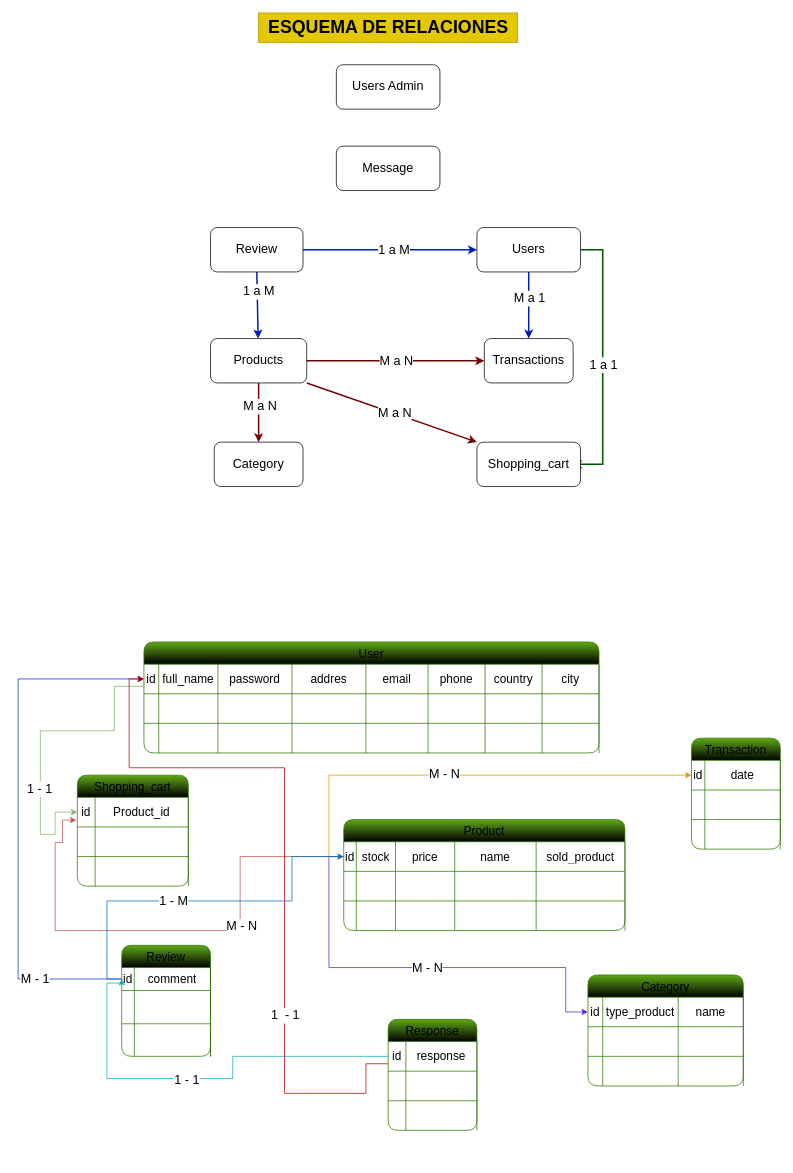
Before: NORMALIZACION Y MODELADO-DB.drawio in nestornovella/Plantilla-E-commerce, a draw.io diagram. Source tidied: cells renumbered, new cells numbered last; positions are measured from the earlier drawing's top-left corner, leaving out a move shared by most shapes. Both pictures are drawn from the tidied source at 74%, with x=0, y=0 at pixel (18, 13).
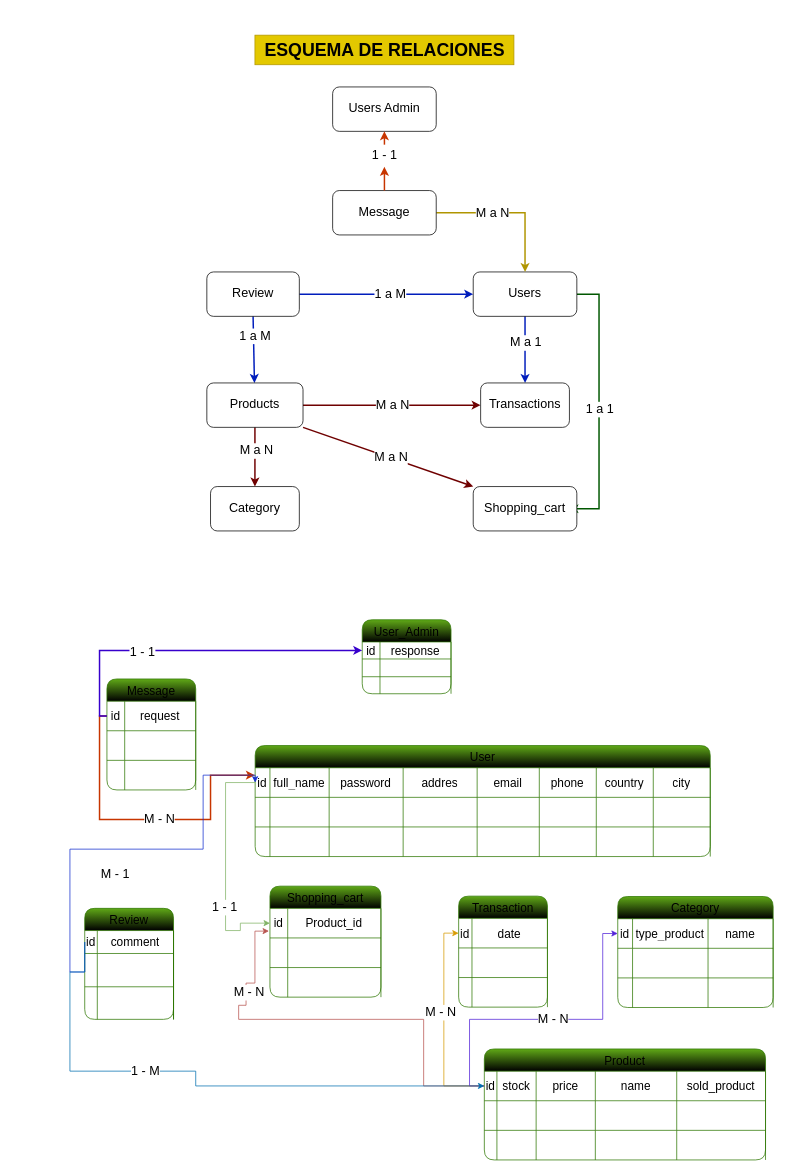
The same diagram, later.

Unchanged cells that the change refers to:
```xml
<mxCell id="3" style="shape=tableRow;horizontal=0;startSize=0;swimlaneHead=0;swimlaneBody=0;strokeColor=inherit;top=0;left=0;bottom=0;right=0;fillColor=none;points=[[0,0.5],[1,0.5]];portConstraint=eastwest;fontSize=16;" parent="2" vertex="1">
  <mxGeometry y="30" width="615" height="40" as="geometry" />
</mxCell>
<mxCell id="32" style="shape=tableRow;horizontal=0;startSize=0;swimlaneHead=0;swimlaneBody=0;strokeColor=inherit;top=0;left=0;bottom=0;right=0;fillColor=none;points=[[0,0.5],[1,0.5]];portConstraint=eastwest;fontSize=16;" parent="31" vertex="1">
  <mxGeometry y="30" width="380" height="40" as="geometry" />
</mxCell>
<mxCell id="52" style="shape=tableRow;horizontal=0;startSize=0;swimlaneHead=0;swimlaneBody=0;strokeColor=inherit;top=0;left=0;bottom=0;right=0;fillColor=none;points=[[0,0.5],[1,0.5]];portConstraint=eastwest;fontSize=16;" parent="51" vertex="1">
  <mxGeometry y="30" width="210" height="40" as="geometry" />
</mxCell>
<mxCell id="66" style="shape=tableRow;horizontal=0;startSize=0;swimlaneHead=0;swimlaneBody=0;strokeColor=inherit;top=0;left=0;bottom=0;right=0;fillColor=none;points=[[0,0.5],[1,0.5]];portConstraint=eastwest;fontSize=16;" parent="65" vertex="1">
  <mxGeometry y="30" width="150" height="40" as="geometry" />
</mxCell>
<mxCell id="98" style="shape=tableRow;horizontal=0;startSize=0;swimlaneHead=0;swimlaneBody=0;strokeColor=inherit;top=0;left=0;bottom=0;right=0;fillColor=none;points=[[0,0.5],[1,0.5]];portConstraint=eastwest;fontSize=16;" parent="97" vertex="1">
  <mxGeometry y="30" width="120" height="31" as="geometry" />
</mxCell>
<mxCell id="126" style="shape=tableRow;horizontal=0;startSize=0;swimlaneHead=0;swimlaneBody=0;strokeColor=inherit;top=0;left=0;bottom=0;right=0;fillColor=none;points=[[0,0.5],[1,0.5]];portConstraint=eastwest;fontSize=16;" parent="125" vertex="1">
  <mxGeometry y="30" width="120" height="40" as="geometry" />
</mxCell>
<mxCell id="140" style="edgeStyle=orthogonalEdgeStyle;rounded=0;jettySize=auto;html=1;exitX=0;exitY=0.5;exitDx=0;exitDy=0;entryX=0;entryY=0.5;entryDx=0;entryDy=0;fillColor=#ffe6cc;strokeColor=#d79b00;" parent="1" edge="1" source="32" target="115">
  <mxGeometry relative="1" as="geometry" />
</mxCell>
```

Diff of the diagram source:
```diff
@@
     <mxCell id="2" value="User" style="shape=table;startSize=30;childLayout=tableLayout;strokeColor=#2D7600;fontSize=16;fillColor=#60a917;fontColor=#000000;gradientColor=default;rounded=1;" parent="1" vertex="1">
-      <mxGeometry x="170" y="850" width="615" height="150" as="geometry" />
+      <mxGeometry x="320.3" y="990" width="615" height="150" as="geometry" />
     </mxCell>
@@
     <mxCell id="31" value="Product" style="shape=table;startSize=30;childLayout=tableLayout;strokeColor=#2D7600;fontSize=16;fillColor=#60a917;fontColor=#000000;rounded=1;gradientColor=default;" parent="1" vertex="1">
-      <mxGeometry x="440" y="1090" width="380" height="150" as="geometry" />
+      <mxGeometry x="630" y="1400" width="380" height="150" as="geometry" />
     </mxCell>
@@
     <mxCell id="51" value="Category" style="shape=table;startSize=30;childLayout=tableLayout;strokeColor=#2D7600;fontSize=16;fillColor=#60a917;fontColor=#000000;rounded=1;gradientColor=default;" parent="1" vertex="1">
-      <mxGeometry x="770" y="1300" width="210" height="150" as="geometry" />
+      <mxGeometry x="810.3" y="1194" width="210" height="150" as="geometry" />
     </mxCell>
@@
     <mxCell id="65" value="Shopping_cart" style="shape=table;startSize=30;childLayout=tableLayout;strokeColor=#2D7600;fontSize=16;fillColor=#60a917;fontColor=#000000;rounded=1;gradientColor=default;" parent="1" vertex="1">
-      <mxGeometry x="80" y="1030" width="150" height="150" as="geometry" />
+      <mxGeometry x="340.3" y="1180" width="150" height="150" as="geometry" />
     </mxCell>
@@
     <mxCell id="78" style="edgeStyle=none;rounded=0;jettySize=auto;html=1;exitX=1;exitY=0.5;exitDx=0;exitDy=0;fillColor=#008a00;strokeColor=#005700;strokeWidth=2;entryX=1;entryY=0.5;entryDx=0;entryDy=0;entryPerimeter=0;" parent="1" edge="1" source="80">
       <mxGeometry relative="1" as="geometry">
-        <mxPoint x="750" y="610" as="targetPoint" />
+        <mxPoint x="745" y="670" as="targetPoint" />
         <Array as="points">
-          <mxPoint x="790" y="320" />
-          <mxPoint x="790" y="480" />
-          <mxPoint x="790" y="610" />
+          <mxPoint x="785" y="380" />
+          <mxPoint x="785" y="540" />
+          <mxPoint x="785" y="670" />
         </Array>
       </mxGeometry>
     </mxCell>
@@
     <mxCell id="80" value="&lt;font style=&quot;font-size: 17px;&quot;&gt;Users&lt;/font&gt;" style="rounded=1;whiteSpace=wrap;html=1;" parent="1" vertex="1">
-      <mxGeometry x="620" y="290" width="140" height="60" as="geometry" />
+      <mxGeometry x="615" y="350" width="140" height="60" as="geometry" />
     </mxCell>
@@
     <mxCell id="85" value="&lt;font style=&quot;font-size: 17px;&quot;&gt;Review&lt;/font&gt;" style="rounded=1;whiteSpace=wrap;html=1;" parent="1" vertex="1">
-      <mxGeometry x="260" y="290" width="125" height="60" as="geometry" />
+      <mxGeometry x="255" y="350" width="125" height="60" as="geometry" />
     </mxCell>
     <mxCell id="86" value="&lt;font style=&quot;font-size: 17px;&quot;&gt;Category&lt;/font&gt;" style="rounded=1;whiteSpace=wrap;html=1;" parent="1" vertex="1">
-      <mxGeometry x="265" y="580" width="120" height="60" as="geometry" />
+      <mxGeometry x="260" y="640" width="120" height="60" as="geometry" />
     </mxCell>
@@
     <mxCell id="93" value="&lt;font style=&quot;font-size: 17px;&quot;&gt;Products&lt;/font&gt;" style="rounded=1;whiteSpace=wrap;html=1;" parent="1" vertex="1">
-      <mxGeometry x="260" y="440" width="130" height="60" as="geometry" />
+      <mxGeometry x="255" y="500" width="130" height="60" as="geometry" />
     </mxCell>
     <mxCell id="94" value="&lt;font style=&quot;font-size: 17px;&quot;&gt;Transactions&lt;/font&gt;" style="rounded=1;whiteSpace=wrap;html=1;" parent="1" vertex="1">
-      <mxGeometry x="630" y="440" width="120" height="60" as="geometry" />
+      <mxGeometry x="625" y="500" width="120" height="60" as="geometry" />
     </mxCell>
     <mxCell id="95" value="&lt;font style=&quot;font-size: 17px;&quot;&gt;Shopping_cart&lt;/font&gt;" style="rounded=1;whiteSpace=wrap;html=1;" parent="1" vertex="1">
-      <mxGeometry x="620" y="580" width="140" height="60" as="geometry" />
+      <mxGeometry x="615" y="640" width="140" height="60" as="geometry" />
     </mxCell>
     <mxCell id="96" value="&lt;b&gt;&lt;font style=&quot;font-size: 24px;&quot;&gt;ESQUEMA DE RELACIONES&lt;/font&gt;&lt;/b&gt;" style="text;html=1;align=center;verticalAlign=middle;strokeColor=#B09500;fillColor=#e3c800;fontColor=#000000;perimeterSpacing=6;" parent="1" vertex="1">
-      <mxGeometry x="325" width="350" height="40" as="geometry" />
+      <mxGeometry x="320" y="30" width="350" height="40" as="geometry" />
     </mxCell>
     <mxCell id="97" value="Review" style="shape=table;startSize=30;childLayout=tableLayout;strokeColor=#2D7600;fontSize=16;fillColor=#60a917;fontColor=#000000;rounded=1;gradientColor=default;" parent="1" vertex="1">
-      <mxGeometry x="140" y="1260" width="120" height="150" as="geometry" />
+      <mxGeometry x="90" y="1210" width="120" height="150" as="geometry" />
     </mxCell>
@@
     <mxCell id="114" value="Transaction" style="shape=table;startSize=30;childLayout=tableLayout;strokeColor=#2D7600;fontSize=16;fillColor=#60a917;fontColor=#000000;rounded=1;gradientColor=default;" parent="1" vertex="1">
-      <mxGeometry x="910" y="980" width="120" height="150" as="geometry" />
+      <mxGeometry x="595.3" y="1193.5" width="120" height="150" as="geometry" />
     </mxCell>
@@
+    <mxCell id="154" style="edgeStyle=orthogonalEdgeStyle;rounded=0;jettySize=auto;html=1;fillColor=#fa6800;strokeColor=#C73500;strokeWidth=2;exitX=0;exitY=0.5;exitDx=0;exitDy=0;" parent="1" edge="1" source="126">
+      <mxGeometry relative="1" as="geometry">
+        <mxPoint x="320" y="1030" as="targetPoint" />
+        <Array as="points">
+          <mxPoint x="110" y="950" />
+          <mxPoint x="110" y="1090" />
+          <mxPoint x="260" y="1090" />
+          <mxPoint x="260" y="1030" />
+        </Array>
+      </mxGeometry>
+    </mxCell>
+    <mxCell id="155" value="&lt;font style=&quot;font-size: 17px;&quot;&gt;M - N&lt;/font&gt;" style="edgeLabel;html=1;align=center;verticalAlign=middle;" parent="154" vertex="1">
+      <mxGeometry x="0.1" y="1" relative="1" as="geometry">
+        <mxPoint x="-1" as="offset" />
+      </mxGeometry>
+    </mxCell>
-    <mxCell id="125" value="Response" style="shape=table;startSize=30;childLayout=tableLayout;strokeColor=#2D7600;fontSize=16;fillColor=#60a917;fontColor=#000000;rounded=1;gradientColor=default;" parent="1" vertex="1">
-      <mxGeometry x="500" y="1360" width="120" height="150" as="geometry" />
+    <mxCell id="125" value="Message" style="shape=table;startSize=30;childLayout=tableLayout;strokeColor=#2D7600;fontSize=16;fillColor=#60a917;fontColor=#000000;rounded=1;gradientColor=default;" parent="1" vertex="1">
+      <mxGeometry x="120" y="900" width="120" height="150" as="geometry" />
     </mxCell>
@@
-    <mxCell id="128" value="response" style="shape=partialRectangle;html=1;whiteSpace=wrap;strokeColor=inherit;overflow=hidden;fillColor=none;top=0;left=0;bottom=0;right=0;fontSize=16;" parent="126" vertex="1">
+    <mxCell id="128" value="request" style="shape=partialRectangle;html=1;whiteSpace=wrap;strokeColor=inherit;overflow=hidden;fillColor=none;top=0;left=0;bottom=0;right=0;fontSize=16;" parent="126" vertex="1">
       <mxGeometry x="24" width="96" height="40" as="geometry" />
     </mxCell>
@@
-    <mxCell id="136" style="edgeStyle=orthogonalEdgeStyle;rounded=0;jettySize=auto;html=1;exitX=0;exitY=0.5;exitDx=0;exitDy=0;entryX=0;entryY=0.5;entryDx=0;entryDy=0;fillColor=#a20025;strokeColor=#0ab0b2;" parent="1" edge="1" source="126" target="98">
-      <mxGeometry relative="1" as="geometry">
-        <Array as="points">
-          <mxPoint x="290" y="1410" />
-          <mxPoint x="290" y="1440" />
-          <mxPoint x="120" y="1440" />
-          <mxPoint x="120" y="1311" />
-          <mxPoint x="140" y="1311" />
-        </Array>
-      </mxGeometry>
-    </mxCell>
-    <mxCell id="137" value="&lt;font style=&quot;font-size: 17px;&quot;&gt;1 - 1&lt;/font&gt;" style="edgeLabel;html=1;align=center;verticalAlign=middle;" parent="136" vertex="1">
-      <mxGeometry x="0.07" y="2" relative="1" as="geometry">
-        <mxPoint x="-1" as="offset" />
-      </mxGeometry>
-    </mxCell>
     <mxCell id="138" style="edgeStyle=orthogonalEdgeStyle;rounded=0;jettySize=auto;html=1;exitX=0;exitY=0.5;exitDx=0;exitDy=0;entryX=0;entryY=0.5;entryDx=0;entryDy=0;fillColor=#d5e8d4;strokeColor=#82b366;" parent="1" edge="1" source="3" target="66">
       <mxGeometry relative="1" as="geometry">
         <Array as="points">
-          <mxPoint x="170" y="910" />
-          <mxPoint x="130" y="910" />
-          <mxPoint x="130" y="970" />
-          <mxPoint x="30" y="970" />
-          <mxPoint x="30" y="1110" />
-          <mxPoint x="50" y="1110" />
-          <mxPoint x="50" y="1080" />
+          <mxPoint x="280.3" y="1040" />
+          <mxPoint x="280.3" y="1240" />
+          <mxPoint x="300.3" y="1240" />
+          <mxPoint x="300.3" y="1230" />
         </Array>
       </mxGeometry>
     </mxCell>
@@
     <mxCell id="141" value="&lt;font style=&quot;font-size: 17px;&quot;&gt;M - N&lt;/font&gt;" style="edgeLabel;html=1;align=center;verticalAlign=middle;" parent="140" vertex="1">
-      <mxGeometry x="-0.08" y="2" relative="1" as="geometry" />
+      <mxGeometry x="-0.08" y="2" relative="1" as="geometry">
+        <mxPoint x="-3" y="-25" as="offset" />
+      </mxGeometry>
     </mxCell>
     <mxCell id="142" style="edgeStyle=orthogonalEdgeStyle;rounded=0;jettySize=auto;html=1;exitX=0;exitY=0.5;exitDx=0;exitDy=0;entryX=0;entryY=0.5;entryDx=0;entryDy=0;fillColor=#6a00ff;strokeColor=#5222d8;" parent="1" edge="1" source="32" target="52">
       <mxGeometry relative="1" as="geometry">
         <Array as="points">
-          <mxPoint x="420" y="1140" />
-          <mxPoint x="420" y="1290" />
-          <mxPoint x="740" y="1290" />
-          <mxPoint x="740" y="1350" />
+          <mxPoint x="610" y="1450" />
+          <mxPoint x="610" y="1360" />
+          <mxPoint x="790" y="1360" />
+          <mxPoint x="790" y="1244" />
         </Array>
       </mxGeometry>
     </mxCell>
@@
     <mxCell id="144" style="edgeStyle=orthogonalEdgeStyle;rounded=0;jettySize=auto;html=1;exitX=0;exitY=0.5;exitDx=0;exitDy=0;entryX=-0.009;entryY=0.769;entryDx=0;entryDy=0;entryPerimeter=0;fillColor=#f8cecc;strokeColor=#b85450;jumpSize=6;" parent="1" edge="1" source="32" target="66">
       <mxGeometry relative="1" as="geometry">
         <Array as="points">
-          <mxPoint x="300" y="1140" />
-          <mxPoint x="300" y="1240" />
-          <mxPoint x="50" y="1240" />
-          <mxPoint x="50" y="1121" />
-          <mxPoint x="60" y="1121" />
-          <mxPoint x="60" y="1091" />
+          <mxPoint x="548" y="1450" />
+          <mxPoint x="548" y="1360" />
+          <mxPoint x="298" y="1360" />
+          <mxPoint x="298" y="1341" />
+          <mxPoint x="308" y="1341" />
+          <mxPoint x="308" y="1311" />
+          <mxPoint x="320" y="1311" />
+          <mxPoint x="320" y="1241" />
         </Array>
       </mxGeometry>
     </mxCell>
     <mxCell id="145" value="&lt;font style=&quot;font-size: 17px;&quot;&gt;M - N&lt;/font&gt;" style="edgeLabel;html=1;align=center;verticalAlign=middle;" parent="144" vertex="1">
       <mxGeometry x="-0.3" relative="1" as="geometry">
-        <mxPoint x="1" as="offset" />
+        <mxPoint x="-205" y="-37" as="offset" />
       </mxGeometry>
     </mxCell>
     <mxCell id="146" style="edgeStyle=orthogonalEdgeStyle;rounded=0;jettySize=auto;html=1;exitX=0;exitY=0.5;exitDx=0;exitDy=0;entryX=0;entryY=0.5;entryDx=0;entryDy=0;fillColor=#0050ef;strokeColor=#122ece;shadow=0;" parent="1" edge="1" source="98" target="3">
       <mxGeometry relative="1" as="geometry">
         <Array as="points">
-          <mxPoint y="1305" />
-          <mxPoint y="900" />
+          <mxPoint x="70" y="1296" />
+          <mxPoint x="70" y="1130" />
+          <mxPoint x="250" y="1130" />
+          <mxPoint x="250" y="1030" />
+          <mxPoint x="320" y="1030" />
         </Array>
       </mxGeometry>
     </mxCell>
     <mxCell id="147" value="&lt;font style=&quot;font-size: 17px;&quot;&gt;M - 1&lt;/font&gt;" style="edgeLabel;html=1;align=center;verticalAlign=middle;" parent="146" vertex="1">
-      <mxGeometry x="-0.67" y="1" relative="1" as="geometry" />
+      <mxGeometry x="-0.67" y="1" relative="1" as="geometry">
+        <mxPoint x="61" y="-96" as="offset" />
+      </mxGeometry>
     </mxCell>
     <mxCell id="148" style="edgeStyle=orthogonalEdgeStyle;rounded=0;hachureGap=4;jettySize=auto;html=1;entryX=0;entryY=0.5;entryDx=0;entryDy=0;fontFamily=Architects Daughter;fontSize=16;exitX=0;exitY=0.5;exitDx=0;exitDy=0;fillColor=#1ba1e2;strokeColor=#006EAF;" parent="1" edge="1" source="98" target="32">
       <mxGeometry relative="1" as="geometry">
         <Array as="points">
-          <mxPoint x="120" y="1305" />
-          <mxPoint x="120" y="1200" />
-          <mxPoint x="370" y="1200" />
-          <mxPoint x="370" y="1140" />
+          <mxPoint x="70" y="1296" />
+          <mxPoint x="70" y="1430" />
+          <mxPoint x="240" y="1430" />
+          <mxPoint x="240" y="1450" />
         </Array>
       </mxGeometry>
     </mxCell>
     <mxCell id="149" value="1 - M" style="edgeLabel;html=1;align=center;verticalAlign=middle;fontSize=17;" parent="148" vertex="1">
       <mxGeometry x="-0.12" y="3" relative="1" as="geometry">
-        <mxPoint x="-7" y="3" as="offset" />
+        <mxPoint x="-45" y="3" as="offset" />
       </mxGeometry>
     </mxCell>
-    <mxCell id="150" style="edgeStyle=orthogonalEdgeStyle;rounded=0;hachureGap=4;jettySize=auto;html=1;entryX=0;entryY=0.5;entryDx=0;entryDy=0;fontFamily=Architects Daughter;fontSize=16;fillColor=#e51400;strokeColor=#B20000;" parent="1" edge="1" target="3">
-      <mxGeometry relative="1" as="geometry">
-        <mxPoint x="500" y="1420" as="sourcePoint" />
-        <Array as="points">
-          <mxPoint x="470" y="1420" />
-          <mxPoint x="470" y="1460" />
-          <mxPoint x="360" y="1460" />
-          <mxPoint x="360" y="1020" />
-          <mxPoint x="150" y="1020" />
-          <mxPoint x="150" y="900" />
-        </Array>
-      </mxGeometry>
-    </mxCell>
+    <mxCell id="152" value="&lt;font style=&quot;font-size: 17px;&quot;&gt;Users Admin&lt;/font&gt;" style="rounded=1;whiteSpace=wrap;html=1;" parent="1" vertex="1">
+      <mxGeometry x="425" y="100" width="140" height="60" as="geometry" />
+    </mxCell>
+    <mxCell id="156" style="edgeStyle=orthogonalEdgeStyle;rounded=0;jettySize=auto;html=1;exitX=0.5;exitY=0;exitDx=0;exitDy=0;entryX=0.5;entryY=1;entryDx=0;entryDy=0;fillColor=#fa6800;strokeColor=#C73500;strokeWidth=2;" parent="1" edge="1" source="151" target="152">
+      <mxGeometry relative="1" as="geometry" />
+    </mxCell>
+    <mxCell id="157" style="edgeStyle=orthogonalEdgeStyle;rounded=0;jettySize=auto;html=1;exitX=1;exitY=0.5;exitDx=0;exitDy=0;entryX=0.5;entryY=0;entryDx=0;entryDy=0;fillColor=#e3c800;strokeColor=#B09500;strokeWidth=2;" parent="1" edge="1" source="153" target="80">
+      <mxGeometry relative="1" as="geometry" />
+    </mxCell>
+    <mxCell id="158" value="&lt;span style=&quot;font-size: 17px;&quot;&gt;M a N&lt;/span&gt;" style="edgeLabel;html=1;align=center;verticalAlign=middle;" parent="157" vertex="1">
+      <mxGeometry x="-0.26" relative="1" as="geometry">
+        <mxPoint x="1" as="offset" />
+      </mxGeometry>
+    </mxCell>
+    <mxCell id="153" value="&lt;font style=&quot;font-size: 17px;&quot;&gt;Message&lt;/font&gt;" style="rounded=1;whiteSpace=wrap;html=1;" parent="1" vertex="1">
+      <mxGeometry x="425" y="240" width="140" height="60" as="geometry" />
+    </mxCell>
+    <mxCell id="159" style="edgeStyle=orthogonalEdgeStyle;rounded=0;jettySize=auto;html=1;exitX=0.5;exitY=0;exitDx=0;exitDy=0;entryX=0.5;entryY=1;entryDx=0;entryDy=0;fillColor=#fa6800;strokeColor=#C73500;strokeWidth=2;" parent="1" edge="1" source="153" target="151">
+      <mxGeometry relative="1" as="geometry" />
+    </mxCell>
-    <mxCell id="151" value="&lt;font style=&quot;font-size: 17px;&quot;&gt;1&amp;nbsp; - 1&lt;/font&gt;" style="edgeLabel;html=1;align=center;verticalAlign=middle;points=[];" parent="150" vertex="1">
-      <mxGeometry x="-0.41" relative="1" as="geometry" />
+    <mxCell id="151" value="&lt;font style=&quot;font-size: 17px;&quot;&gt;1 - 1&lt;/font&gt;" style="text;html=1;align=center;verticalAlign=middle;points=[];strokeColor=none;fillColor=none;" parent="1" vertex="1">
+      <mxGeometry x="465" y="178" width="60" height="30" as="geometry" />
     </mxCell>
-    <mxCell id="152" value="&lt;font style=&quot;font-size: 17px;&quot;&gt;Users Admin&lt;/font&gt;" style="rounded=1;whiteSpace=wrap;html=1;" parent="1" vertex="1">
-      <mxGeometry x="430" y="70" width="140" height="60" as="geometry" />
-    </mxCell>
-    <mxCell id="153" value="&lt;font style=&quot;font-size: 17px;&quot;&gt;Message&lt;/font&gt;" style="rounded=1;whiteSpace=wrap;html=1;" parent="1" vertex="1">
-      <mxGeometry x="430" y="180" width="140" height="60" as="geometry" />
-    </mxCell>
+    <mxCell id="160" value="User_Admin" style="shape=table;startSize=30;childLayout=tableLayout;strokeColor=#2D7600;fontSize=16;fillColor=#60a917;fontColor=#000000;rounded=1;gradientColor=default;" parent="1" vertex="1">
+      <mxGeometry x="465" y="820" width="120" height="100" as="geometry" />
+    </mxCell>
+    <mxCell id="161" style="shape=tableRow;horizontal=0;startSize=0;swimlaneHead=0;swimlaneBody=0;strokeColor=inherit;top=0;left=0;bottom=0;right=0;fillColor=none;points=[[0,0.5],[1,0.5]];portConstraint=eastwest;fontSize=16;" parent="160" vertex="1">
+      <mxGeometry y="30" width="120" height="23" as="geometry" />
+    </mxCell>
+    <mxCell id="162" value="id" style="shape=partialRectangle;html=1;whiteSpace=wrap;strokeColor=inherit;overflow=hidden;fillColor=none;top=0;left=0;bottom=0;right=0;fontSize=16;" parent="161" vertex="1">
+      <mxGeometry width="24" height="23" as="geometry" />
+    </mxCell>
+    <mxCell id="163" value="response" style="shape=partialRectangle;html=1;whiteSpace=wrap;strokeColor=inherit;overflow=hidden;fillColor=none;top=0;left=0;bottom=0;right=0;fontSize=16;" parent="161" vertex="1">
+      <mxGeometry x="24" width="96" height="23" as="geometry" />
+    </mxCell>
+    <mxCell id="164" style="shape=tableRow;horizontal=0;startSize=0;swimlaneHead=0;swimlaneBody=0;strokeColor=inherit;top=0;left=0;bottom=0;right=0;fillColor=none;fontSize=16;" parent="160" vertex="1">
+      <mxGeometry y="53" width="120" height="24" as="geometry" />
+    </mxCell>
+    <mxCell id="165" style="shape=partialRectangle;html=1;whiteSpace=wrap;strokeColor=inherit;overflow=hidden;fillColor=none;top=0;left=0;bottom=0;right=0;fontSize=16;" parent="164" vertex="1">
+      <mxGeometry width="24" height="24" as="geometry" />
+    </mxCell>
+    <mxCell id="166" style="shape=partialRectangle;html=1;whiteSpace=wrap;strokeColor=inherit;overflow=hidden;fillColor=none;top=0;left=0;bottom=0;right=0;fontSize=16;" parent="164" vertex="1">
+      <mxGeometry x="24" width="96" height="24" as="geometry" />
+    </mxCell>
+    <mxCell id="167" style="shape=tableRow;horizontal=0;startSize=0;swimlaneHead=0;swimlaneBody=0;strokeColor=inherit;top=0;left=0;bottom=0;right=0;fillColor=none;fontSize=16;" parent="160" vertex="1">
+      <mxGeometry y="77" width="120" height="23" as="geometry" />
+    </mxCell>
+    <mxCell id="168" style="shape=partialRectangle;html=1;whiteSpace=wrap;strokeColor=inherit;overflow=hidden;fillColor=none;top=0;left=0;bottom=0;right=0;fontSize=16;" parent="167" vertex="1">
+      <mxGeometry width="24" height="23" as="geometry" />
+    </mxCell>
+    <mxCell id="169" style="shape=partialRectangle;html=1;whiteSpace=wrap;strokeColor=inherit;overflow=hidden;fillColor=none;top=0;left=0;bottom=0;right=0;fontSize=16;" parent="167" vertex="1">
+      <mxGeometry x="24" width="96" height="23" as="geometry" />
+    </mxCell>
+    <mxCell id="170" style="whiteSpace=wrap;html=1;" parent="167" vertex="1">
+      <mxGeometry x="120" height="23" as="geometry" />
+    </mxCell>
+    <mxCell id="171" style="edgeStyle=orthogonalEdgeStyle;rounded=0;jettySize=auto;html=1;entryX=0;entryY=0.5;entryDx=0;entryDy=0;fillColor=#6a00ff;strokeColor=#3700CC;strokeWidth=2;exitX=0;exitY=0.5;exitDx=0;exitDy=0;" parent="1" edge="1" source="126" target="161">
+      <mxGeometry relative="1" as="geometry">
+        <Array as="points">
+          <mxPoint x="110" y="950" />
+          <mxPoint x="110" y="862" />
+        </Array>
+      </mxGeometry>
+    </mxCell>
+    <mxCell id="137" value="&lt;font style=&quot;font-size: 17px;&quot;&gt;1 - 1&lt;/font&gt;" style="edgeLabel;html=1;align=center;verticalAlign=middle;" parent="171" vertex="1">
+      <mxGeometry x="-0.31" y="-3" relative="1" as="geometry" />
+    </mxCell>
```
